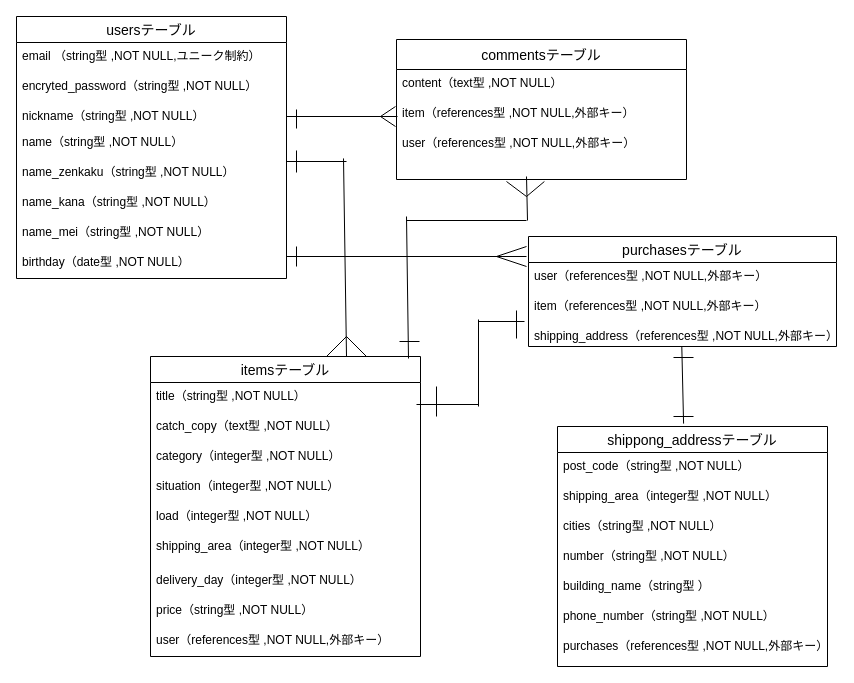
shota-kida/furima-39132-2 keeps this draw.io diagram as furima.dio. Above is the earlier version. Source tidied: cells renumbered, new cells numbered last; positions are measured from the earlier drawing's top-left corner, leaving out a move shared by most shapes. Both pictures are drawn from the tidied source at 100%, with x=0, y=0 at pixel (16, 16).
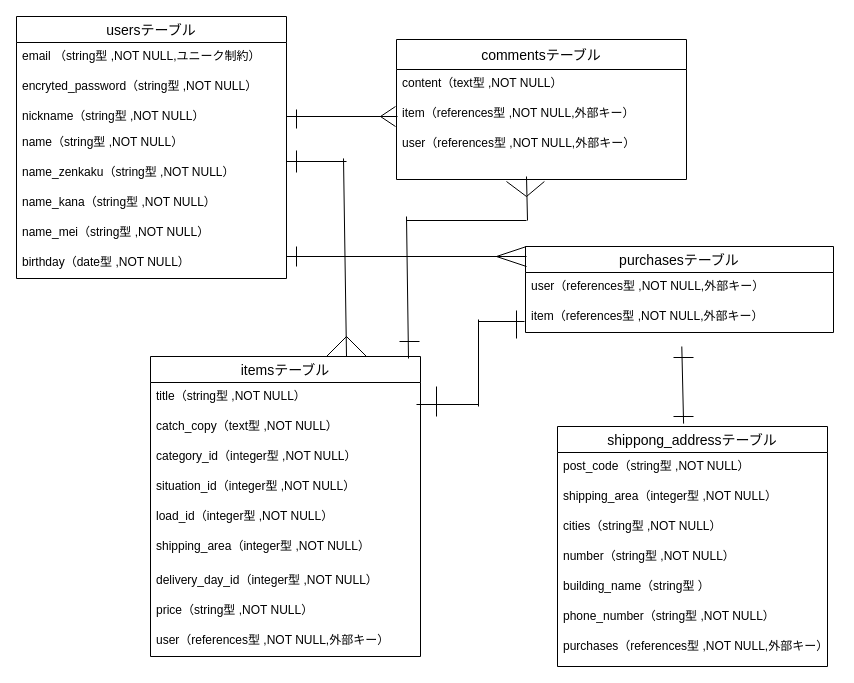
The same page after the edit.

Commit message (it also covers changes not shown here):
ER図・README再再修正

Unchanged cells that the change refers to:
```xml
<mxCell id="11" value="itemsテーブル" style="swimlane;fontStyle=0;horizontal=1;startSize=26;align=center;fontSize=14;" parent="1" vertex="1">
  <mxGeometry x="134" y="340" width="270" height="300" as="geometry" />
</mxCell>
```

What changed in the source:
```diff
@@
-    <mxCell id="14" value="category（integer型 ,NOT NULL）" style="text;strokeColor=none;fillColor=none;spacingLeft=4;spacingRight=4;overflow=hidden;fontSize=12;" parent="11" vertex="1">
+    <mxCell id="14" value="category_id（integer型 ,NOT NULL）" style="text;strokeColor=none;fillColor=none;spacingLeft=4;spacingRight=4;overflow=hidden;fontSize=12;" parent="11" vertex="1">
       <mxGeometry y="86" width="270" height="30" as="geometry" />
     </mxCell>
-    <mxCell id="15" value="situation（integer型 ,NOT NULL）" style="text;strokeColor=none;fillColor=none;spacingLeft=4;spacingRight=4;overflow=hidden;fontSize=12;" parent="11" vertex="1">
+    <mxCell id="15" value="situation_id（integer型 ,NOT NULL）" style="text;strokeColor=none;fillColor=none;spacingLeft=4;spacingRight=4;overflow=hidden;fontSize=12;" parent="11" vertex="1">
       <mxGeometry y="116" width="270" height="30" as="geometry" />
     </mxCell>
-    <mxCell id="16" value="load（integer型 ,NOT NULL）" style="text;strokeColor=none;fillColor=none;spacingLeft=4;spacingRight=4;overflow=hidden;fontSize=12;" parent="11" vertex="1">
+    <mxCell id="16" value="load_id（integer型 ,NOT NULL）" style="text;strokeColor=none;fillColor=none;spacingLeft=4;spacingRight=4;overflow=hidden;fontSize=12;" parent="11" vertex="1">
       <mxGeometry y="146" width="270" height="30" as="geometry" />
     </mxCell>
@@
-    <mxCell id="18" value="delivery_day（integer型 ,NOT NULL）" style="text;strokeColor=none;fillColor=none;spacingLeft=4;spacingRight=4;overflow=hidden;fontSize=12;" parent="11" vertex="1">
+    <mxCell id="18" value="delivery_day_id（integer型 ,NOT NULL）" style="text;strokeColor=none;fillColor=none;spacingLeft=4;spacingRight=4;overflow=hidden;fontSize=12;" parent="11" vertex="1">
       <mxGeometry y="210" width="270" height="30" as="geometry" />
     </mxCell>
@@
     <mxCell id="45" value="purchasesテーブル" style="swimlane;fontStyle=0;horizontal=1;startSize=26;align=center;fontSize=14;" parent="1" vertex="1">
-      <mxGeometry x="512" y="220" width="308" height="110" as="geometry" />
+      <mxGeometry x="509" y="230" width="308" height="86" as="geometry" />
     </mxCell>
@@
-    <mxCell id="48" value="shipping_address（references型 ,NOT NULL,外部キー）" style="text;strokeColor=none;fillColor=none;spacingLeft=4;spacingRight=4;overflow=hidden;fontSize=12;" parent="45" vertex="1">
-      <mxGeometry y="86" width="308" height="24" as="geometry" />
-    </mxCell>
```
